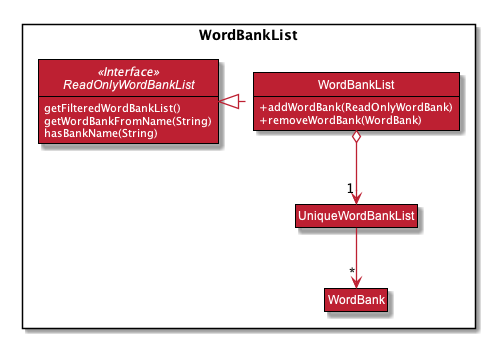
Earlier version of the PlantUML export images/WordBankListDiagram.png (AY1920S1-CS2103T-T11-2/main). Source of this version:
```plantuml
@startuml











skinparam BackgroundColor #FFFFFFF

skinparam Shadowing false

skinparam Class {
    FontColor #FFFFFF
    BorderThickness 1
    BorderColor #000000
    StereotypeFontColor #FFFFFF
    FontName Arial
    AttributeFontColor #FFFFFF
}

skinparam Actor {
    BorderColor #000000
    Color #000000
    FontName Arial
}

skinparam Sequence {
    MessageAlign center
    BoxFontSize 15
    BoxPadding 0
    BoxFontColor #FFFFFF
    FontName Arial
}

skinparam Participant {
    FontColor #FFFFFFF
    Padding 20
}

skinparam MinClassWidth 50
skinparam ParticipantPadding 10
skinparam Shadowing true
skinparam DefaultTextAlignment center
skinparam packageStyle Rectangle
skinparam classAttributeIconSize 0

hide footbox
hide members
hide circle
hide empty members
skinparam arrowThickness 1.3
skinparam arrowColor #BD2032
skinparam classBackgroundColor #BD2032

show members
hide empty members

Package WordBankList <<Rectangle>>{
Interface ReadOnlyWordBankList <<Interface>> {
getFilteredWordBankList()
getWordBankFromName(String)
hasBankName(String)
}

class WordBankList {
   +addWordBank(ReadOnlyWordBank)
   +removeWordBank(WordBank)
}
Class UniqueWordBankList
Class WordBank
}

WordBankList .left.|> ReadOnlyWordBankList
WordBankList o-down-> "1" UniqueWordBankList
UniqueWordBankList -down-> "*" WordBank

@enduml
```
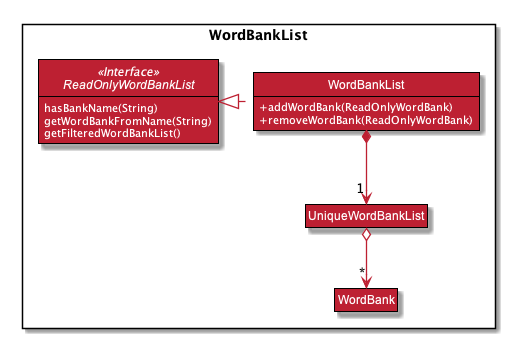
The same diagram one commit later.

The edit, as a diff of the source:
```diff
@@ -1,4 +1,6 @@
 @startuml
+
+
 
 
 
@@ -62,21 +64,21 @@
 
 Package WordBankList <<Rectangle>>{
 Interface ReadOnlyWordBankList <<Interface>> {
+hasBankName(String)
+getWordBankFromName(String)
 getFilteredWordBankList()
-getWordBankFromName(String)
-hasBankName(String)
 }
 
 class WordBankList {
    +addWordBank(ReadOnlyWordBank)
-   +removeWordBank(WordBank)
+   +removeWordBank(ReadOnlyWordBank)
 }
 Class UniqueWordBankList
 Class WordBank
 }
 
 WordBankList .left.|> ReadOnlyWordBankList
-WordBankList o-down-> "1" UniqueWordBankList
-UniqueWordBankList -down-> "*" WordBank
+WordBankList *-down-> "1" UniqueWordBankList
+UniqueWordBankList o-down-> "*" WordBank
 
 @enduml
```
